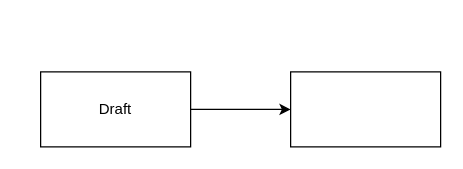
ganisback/draw.io keeps this draw.io diagram as assets/DPH_ACL.drawio. Above is the earlier version. Source tidied: cells renumbered, new cells numbered last; positions are measured from the earlier drawing's top-left corner, leaving out a move shared by most shapes. Both pictures are drawn from the tidied source at 125%, with x=0, y=0 at pixel (40, 71).
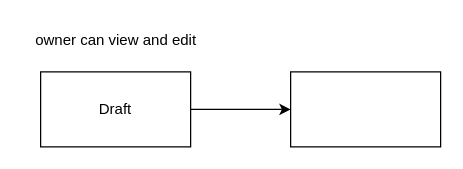
After the change.

Change to the diagram source:
```diff
@@
 <mxGraphModel>
   <root>
     <mxCell id="0" />
     <mxCell id="1" parent="0" />
     <mxCell id="2" style="edgeStyle=orthogonalEdgeStyle;rounded=0;jettySize=auto;html=1;entryX=0;entryY=0.5;entryDx=0;entryDy=0;" parent="1" edge="1" source="3" target="4">
       <mxGeometry relative="1" as="geometry" />
     </mxCell>
     <mxCell id="3" value="Draft" style="rounded=0;whiteSpace=wrap;html=1;" parent="1" vertex="1">
       <mxGeometry width="120" height="60" as="geometry" />
     </mxCell>
     <mxCell id="4" style="rounded=0;whiteSpace=wrap;html=1;" parent="1" vertex="1">
       <mxGeometry x="200" width="120" height="60" as="geometry" />
     </mxCell>
+    <mxCell id="5" value="owner can view and edit" style="text;html=1;align=center;verticalAlign=middle;strokeColor=none;fillColor=none;" parent="1" vertex="1">
+      <mxGeometry x="-15" y="-40" width="150" height="30" as="geometry" />
+    </mxCell>
   </root>
 </mxGraphModel>
```
